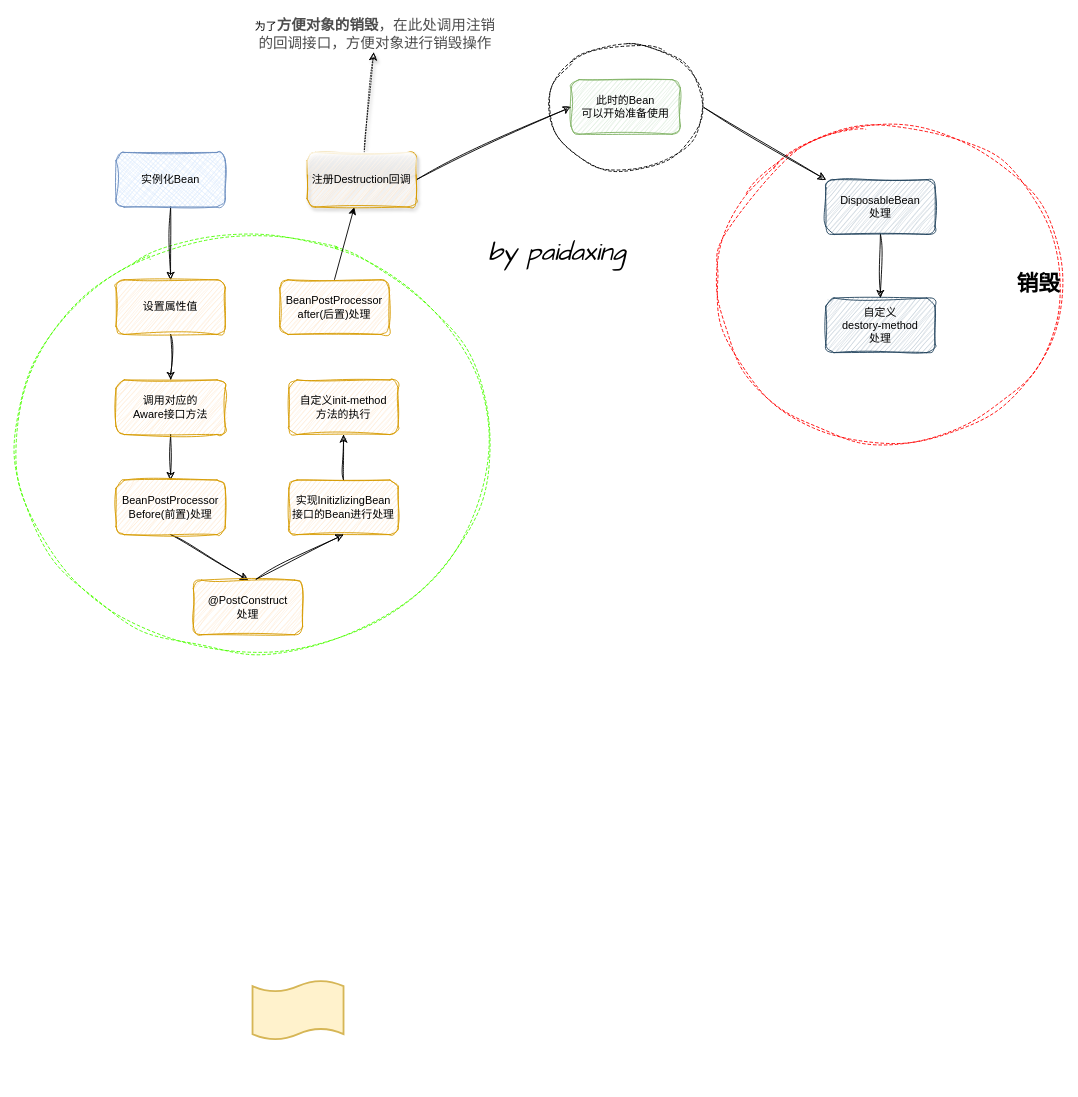
Above: springbean_1.drawio in codingpaidaxing/draw (draw.io), before the change. Source tidied: cells renumbered, new cells numbered last; positions are measured from the earlier drawing's top-left corner, leaving out a move shared by most shapes. Both pictures are drawn from the tidied source at 91%, with x=0, y=0 at pixel (15, 15).
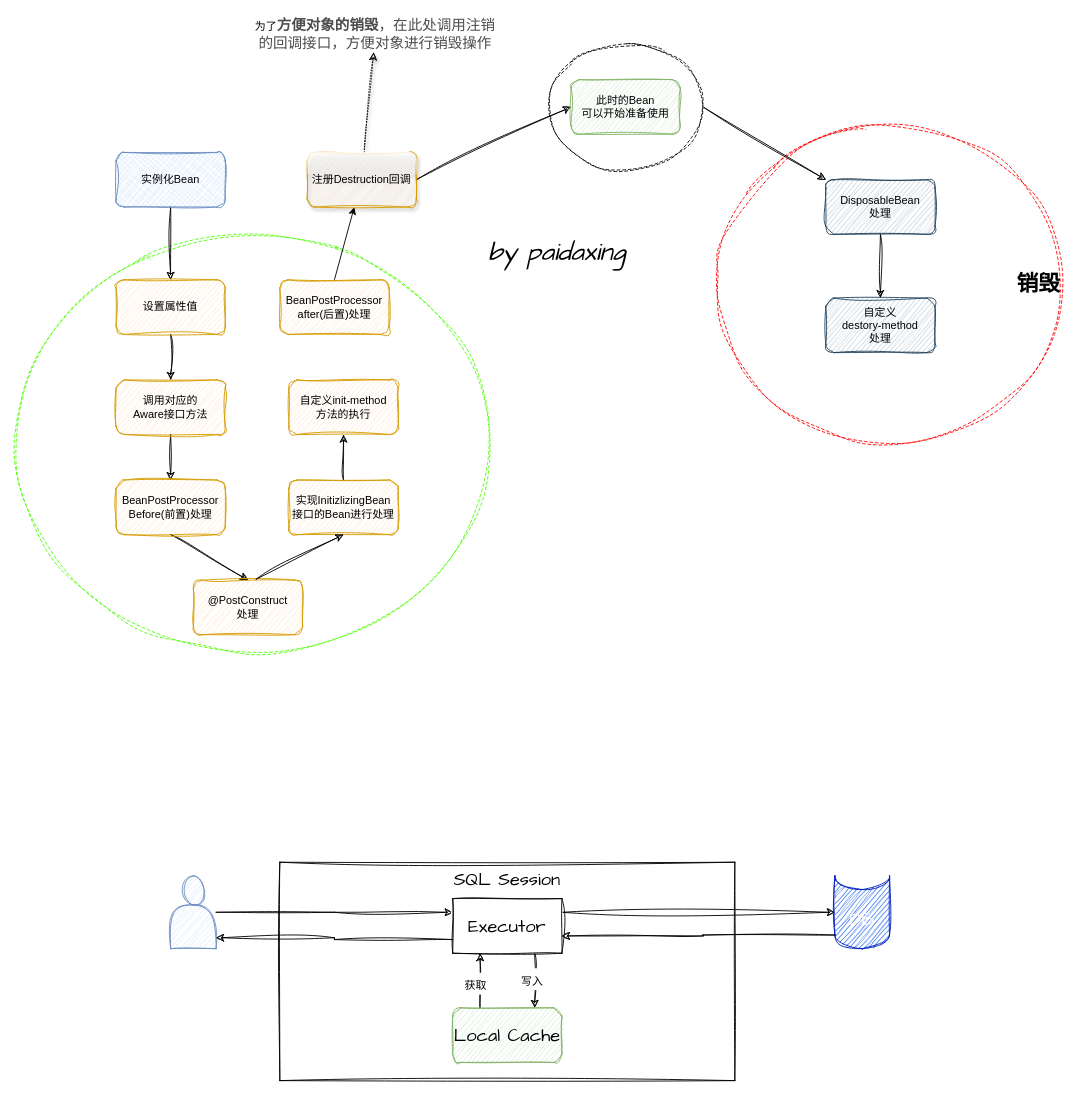
Above is the later version.

What changed in the source:
```diff
@@
-    <mxCell id="6" style="shape=tape;whiteSpace=wrap;html=1;strokeWidth=2;size=0.19;fillColor=#fff2cc;strokeColor=#d6b656;" parent="1" vertex="1">
-      <mxGeometry x="260" y="1060" width="100" height="65" as="geometry" />
-    </mxCell>
@@
+    <mxCell id="31" value="SQL Session" style="rounded=0;whiteSpace=wrap;html=1;hachureGap=4;fontFamily=Architects Daughter;fontSize=20;sketch=1;curveFitting=1;jiggle=2;horizontal=1;verticalAlign=top;" parent="1" vertex="1">
+      <mxGeometry x="290" y="930" width="500" height="240" as="geometry" />
+    </mxCell>
+    <mxCell id="32" style="edgeStyle=orthogonalEdgeStyle;rounded=0;sketch=1;hachureGap=4;jiggle=2;curveFitting=1;jettySize=auto;html=1;fontFamily=Architects Daughter;fontSize=16;" parent="1" edge="1" source="33">
+      <mxGeometry relative="1" as="geometry">
+        <mxPoint x="480" y="985" as="targetPoint" />
+      </mxGeometry>
+    </mxCell>
+    <mxCell id="33" style="shape=actor;whiteSpace=wrap;html=1;sketch=1;hachureGap=4;jiggle=2;curveFitting=1;fontFamily=Architects Daughter;fontSize=20;fillColor=#dae8fc;strokeColor=#6c8ebf;" parent="1" vertex="1">
+      <mxGeometry x="170" y="945" width="50" height="80" as="geometry" />
+    </mxCell>
+    <mxCell id="34" style="edgeStyle=orthogonalEdgeStyle;rounded=0;sketch=1;hachureGap=4;jiggle=2;curveFitting=1;jettySize=auto;html=1;exitX=0.75;exitY=1;exitDx=0;exitDy=0;entryX=0.75;entryY=0;entryDx=0;entryDy=0;fontFamily=Architects Daughter;fontSize=16;" parent="1" edge="1" source="38" target="41">
+      <mxGeometry relative="1" as="geometry" />
+    </mxCell>
+    <mxCell id="35" value="&lt;font style=&quot;font-size: 12px;&quot;&gt;写入&lt;/font&gt;" style="edgeLabel;html=1;align=center;verticalAlign=middle;fontSize=20;fontFamily=Architects Daughter;" parent="34" vertex="1">
+      <mxGeometry x="-0.11" y="-4" relative="1" as="geometry" />
+    </mxCell>
+    <mxCell id="36" style="edgeStyle=orthogonalEdgeStyle;rounded=0;sketch=1;hachureGap=4;jiggle=2;curveFitting=1;jettySize=auto;html=1;exitX=1;exitY=0.25;exitDx=0;exitDy=0;fontFamily=Architects Daughter;fontSize=16;entryX=0;entryY=0.5;entryDx=0;entryDy=0;entryPerimeter=0;" parent="1" edge="1" source="38" target="42">
+      <mxGeometry relative="1" as="geometry" />
+    </mxCell>
+    <mxCell id="37" style="edgeStyle=orthogonalEdgeStyle;rounded=0;sketch=1;hachureGap=4;jiggle=2;curveFitting=1;jettySize=auto;html=1;exitX=0;exitY=0.75;exitDx=0;exitDy=0;entryX=1;entryY=0.85;entryDx=0;entryDy=0;fontFamily=Architects Daughter;fontSize=16;entryPerimeter=0;" parent="1" edge="1" source="38" target="33">
+      <mxGeometry relative="1" as="geometry" />
+    </mxCell>
+    <mxCell id="38" value="Executor" style="rounded=0;whiteSpace=wrap;html=1;sketch=1;hachureGap=4;jiggle=2;curveFitting=1;fontFamily=Architects Daughter;fontSize=20;" parent="1" vertex="1">
+      <mxGeometry x="480" y="970" width="120" height="60" as="geometry" />
+    </mxCell>
+    <mxCell id="39" style="edgeStyle=orthogonalEdgeStyle;rounded=0;sketch=1;hachureGap=4;jiggle=2;curveFitting=1;jettySize=auto;html=1;exitX=0.25;exitY=0;exitDx=0;exitDy=0;fontFamily=Architects Daughter;fontSize=16;entryX=0.25;entryY=1;entryDx=0;entryDy=0;" parent="1" edge="1" source="41" target="38">
+      <mxGeometry relative="1" as="geometry" />
+    </mxCell>
+    <mxCell id="40" value="&lt;font style=&quot;font-size: 12px;&quot;&gt;获取&lt;/font&gt;" style="edgeLabel;html=1;align=center;verticalAlign=middle;fontSize=20;fontFamily=Architects Daughter;" parent="39" vertex="1">
+      <mxGeometry x="-0.07" y="6" relative="1" as="geometry" />
+    </mxCell>
+    <mxCell id="41" value="Local Cache" style="rounded=1;whiteSpace=wrap;html=1;sketch=1;hachureGap=4;jiggle=2;curveFitting=1;fontFamily=Architects Daughter;fontSize=20;fillColor=#d5e8d4;strokeColor=#82b366;" parent="1" vertex="1">
+      <mxGeometry x="480" y="1090" width="120" height="60" as="geometry" />
+    </mxCell>
+    <mxCell id="42" value="DB" style="shape=cylinder3;whiteSpace=wrap;html=1;boundedLbl=1;backgroundOutline=1;size=15;lid=0;sketch=1;hachureGap=4;jiggle=2;curveFitting=1;fontFamily=Architects Daughter;fontSize=20;fillColor=#0050ef;fontColor=#ffffff;strokeColor=#001DBC;" parent="1" vertex="1">
+      <mxGeometry x="900" y="945" width="60" height="80" as="geometry" />
+    </mxCell>
+    <mxCell id="43" style="edgeStyle=orthogonalEdgeStyle;rounded=0;sketch=1;hachureGap=4;jiggle=2;curveFitting=1;jettySize=auto;html=1;exitX=0;exitY=1;exitDx=0;exitDy=-15;exitPerimeter=0;fontFamily=Architects Daughter;fontSize=16;" parent="1" edge="1" source="42" target="38">
+      <mxGeometry relative="1" as="geometry">
+        <Array as="points">
+          <mxPoint x="755" y="1010" />
+          <mxPoint x="755" y="1011" />
+        </Array>
+      </mxGeometry>
+    </mxCell>
```
